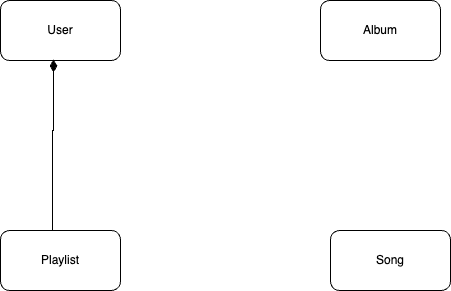
Earlier version of the draw.io export JukeBox_Entity Relationship.drawio.png (shree998/movie-booking). Source tidied: cells renumbered, new cells last; positions are measured from the earlier drawing's top-left corner, leaving out a move shared by most shapes. Source of this version:
```xml
<mxGraphModel>
  <root>
    <mxCell id="0" />
    <mxCell id="1" parent="0" />
    <mxCell id="2" value="User" style="rounded=1;whiteSpace=wrap;html=1;" parent="1" vertex="1">
      <mxGeometry width="120" height="60" as="geometry" />
    </mxCell>
    <mxCell id="3" value="Playlist" style="rounded=1;whiteSpace=wrap;html=1;" parent="1" vertex="1">
      <mxGeometry y="230" width="120" height="60" as="geometry" />
    </mxCell>
    <mxCell id="4" value="Song" style="rounded=1;whiteSpace=wrap;html=1;" parent="1" vertex="1">
      <mxGeometry x="330" y="230" width="120" height="60" as="geometry" />
    </mxCell>
    <mxCell id="5" value="Album" style="rounded=1;whiteSpace=wrap;html=1;" parent="1" vertex="1">
      <mxGeometry x="320" width="120" height="60" as="geometry" />
    </mxCell>
    <mxCell id="6" style="html=1;startArrow=diamondThin;startFill=1;edgeStyle=elbowEdgeStyle;elbow=vertical;startSize=10;endArrow=none;endFill=0;rounded=0;exitX=0.442;exitY=0.983;exitDx=0;exitDy=0;exitPerimeter=0;entryX=0.433;entryY=0;entryDx=0;entryDy=0;entryPerimeter=0;" parent="1" edge="1" source="2" target="3">
      <mxGeometry relative="1" as="geometry">
        <Array as="points">
          <mxPoint x="80" y="130" />
        </Array>
      </mxGeometry>
    </mxCell>
  </root>
</mxGraphModel>
```
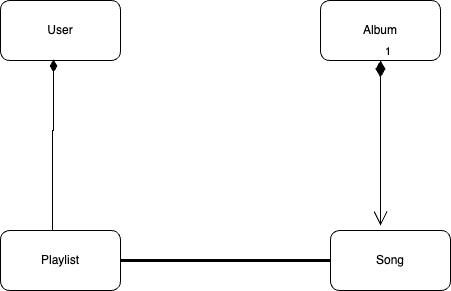
After the change.

The edit, as a diff of the source:
```diff
@@ -21,5 +21,11 @@
         </Array>
       </mxGeometry>
     </mxCell>
+    <mxCell id="7" style="endArrow=none;startArrow=none;endFill=0;startFill=0;endSize=8;html=1;verticalAlign=bottom;labelBackgroundColor=none;strokeWidth=3;rounded=0;exitX=1;exitY=0.5;exitDx=0;exitDy=0;entryX=0;entryY=0.5;entryDx=0;entryDy=0;" parent="1" edge="1" source="3" target="4">
+      <mxGeometry relative="1" as="geometry" />
+    </mxCell>
+    <mxCell id="8" value="1" style="endArrow=open;html=1;endSize=12;startArrow=diamondThin;startSize=14;startFill=1;edgeStyle=orthogonalEdgeStyle;align=left;verticalAlign=bottom;rounded=0;exitX=0.5;exitY=1;exitDx=0;exitDy=0;entryX=0.417;entryY=-0.083;entryDx=0;entryDy=0;entryPerimeter=0;" parent="1" edge="1" source="5" target="4">
+      <mxGeometry x="-1" y="3" relative="1" as="geometry" />
+    </mxCell>
   </root>
 </mxGraphModel>
```
